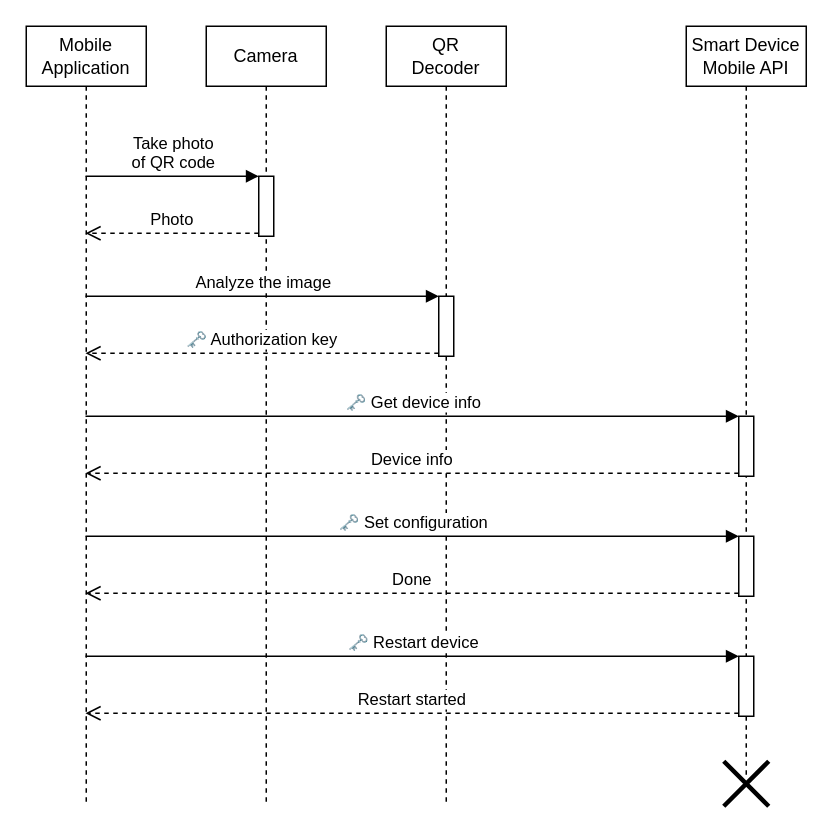
Above: docs/images/mobile-api.drawio in sifis-home/wp6_mobile_application_api (draw.io), before the change. Source tidied: cells renumbered, new cells numbered last; positions are measured from the earlier drawing's top-left corner, leaving out a move shared by most shapes. Both pictures are drawn from the tidied source at 150%, with x=0, y=0 at pixel (26, 26).
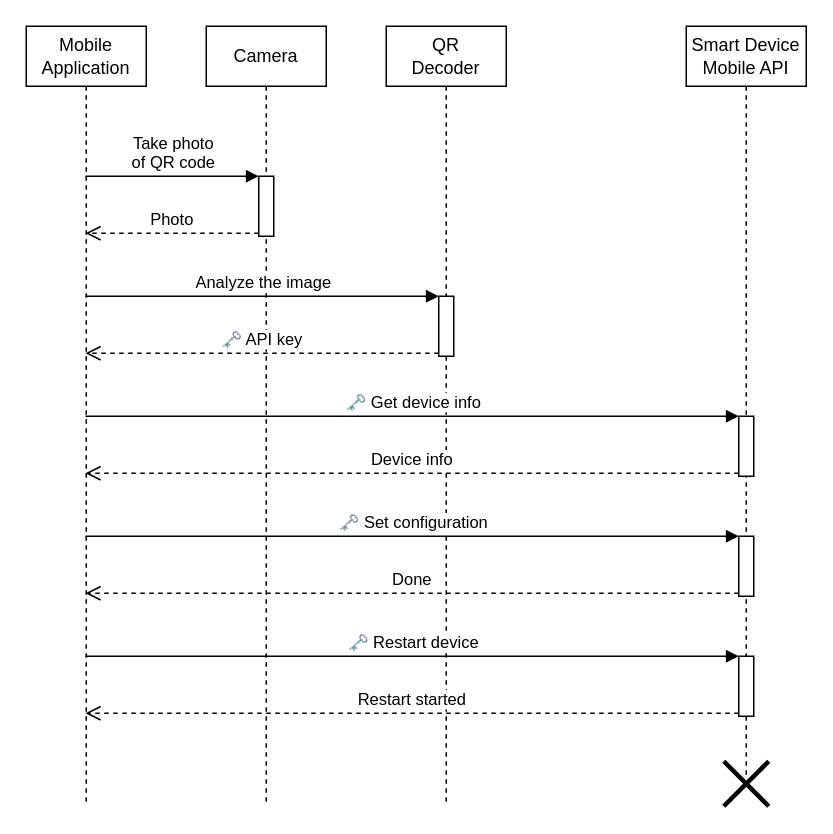
The same page after the edit.

The change refers to these unchanged cells:
```xml
<mxCell id="6" value="Mobile&lt;br&gt;Application" style="shape=umlLifeline;perimeter=lifelinePerimeter;whiteSpace=wrap;html=1;outlineConnect=0;" parent="1" vertex="1">
  <mxGeometry width="80" height="520" as="geometry" />
</mxCell>
<mxCell id="12" style="html=1;points=[];perimeter=orthogonalPerimeter;" parent="11" vertex="1">
  <mxGeometry x="35" y="180" width="10" height="40" as="geometry" />
</mxCell>
```

The edit, as a diff of the source:
```diff
@@
-    <mxCell id="14" value="🗝️ Authorization key" style="html=1;verticalAlign=bottom;endArrow=open;dashed=1;endSize=8;exitX=0;exitY=0.95;rounded=0;" parent="1" edge="1" source="12" target="6">
+    <mxCell id="14" value="🗝️ API key" style="html=1;verticalAlign=bottom;endArrow=open;dashed=1;endSize=8;exitX=0;exitY=0.95;rounded=0;" parent="1" edge="1" source="12" target="6">
       <mxGeometry relative="1" as="geometry" />
     </mxCell>
```
